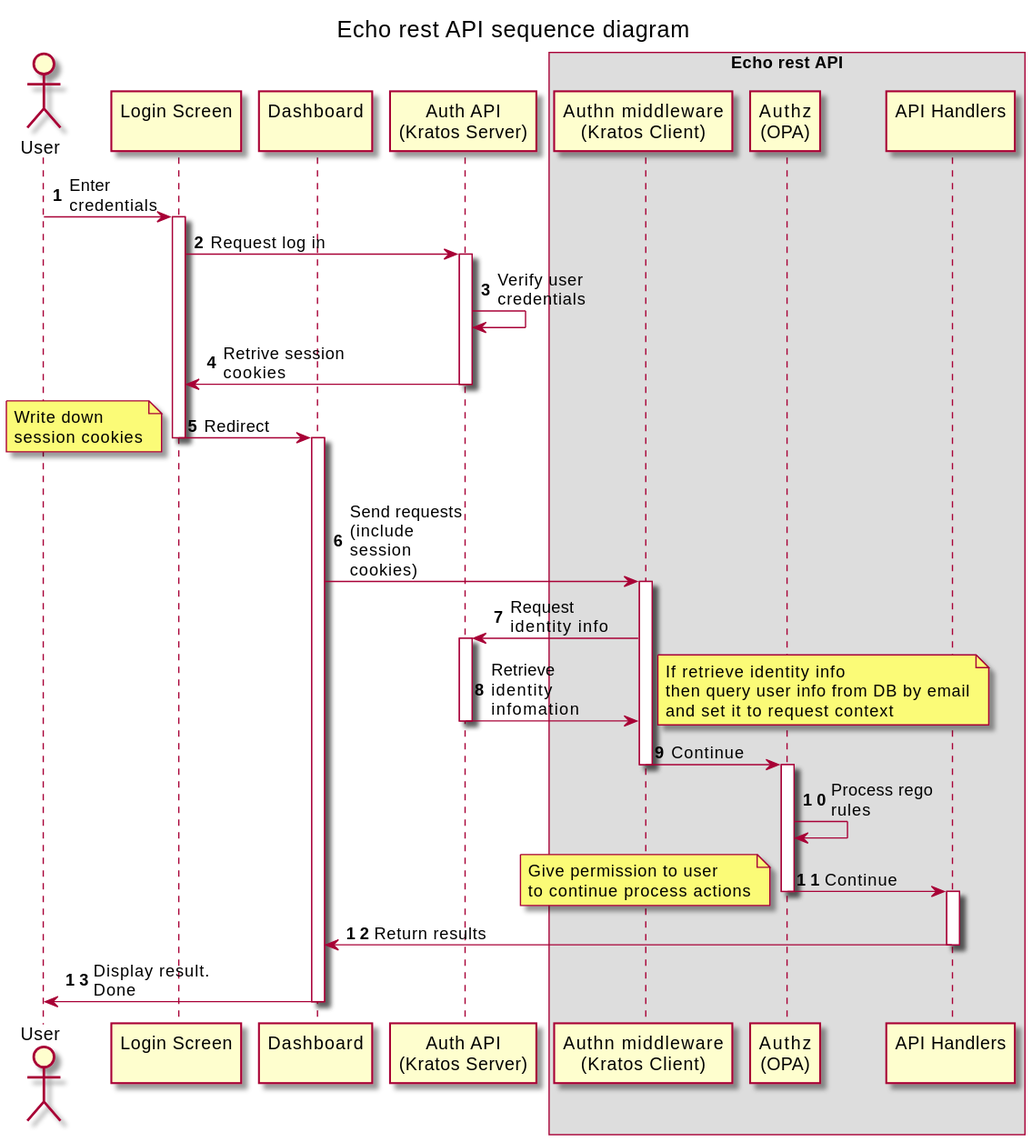
This is out/docs/diagrams/overview/request_flow.svg from dzungtran/echo-rest-api, a PlantUML export, as it was before one commit.
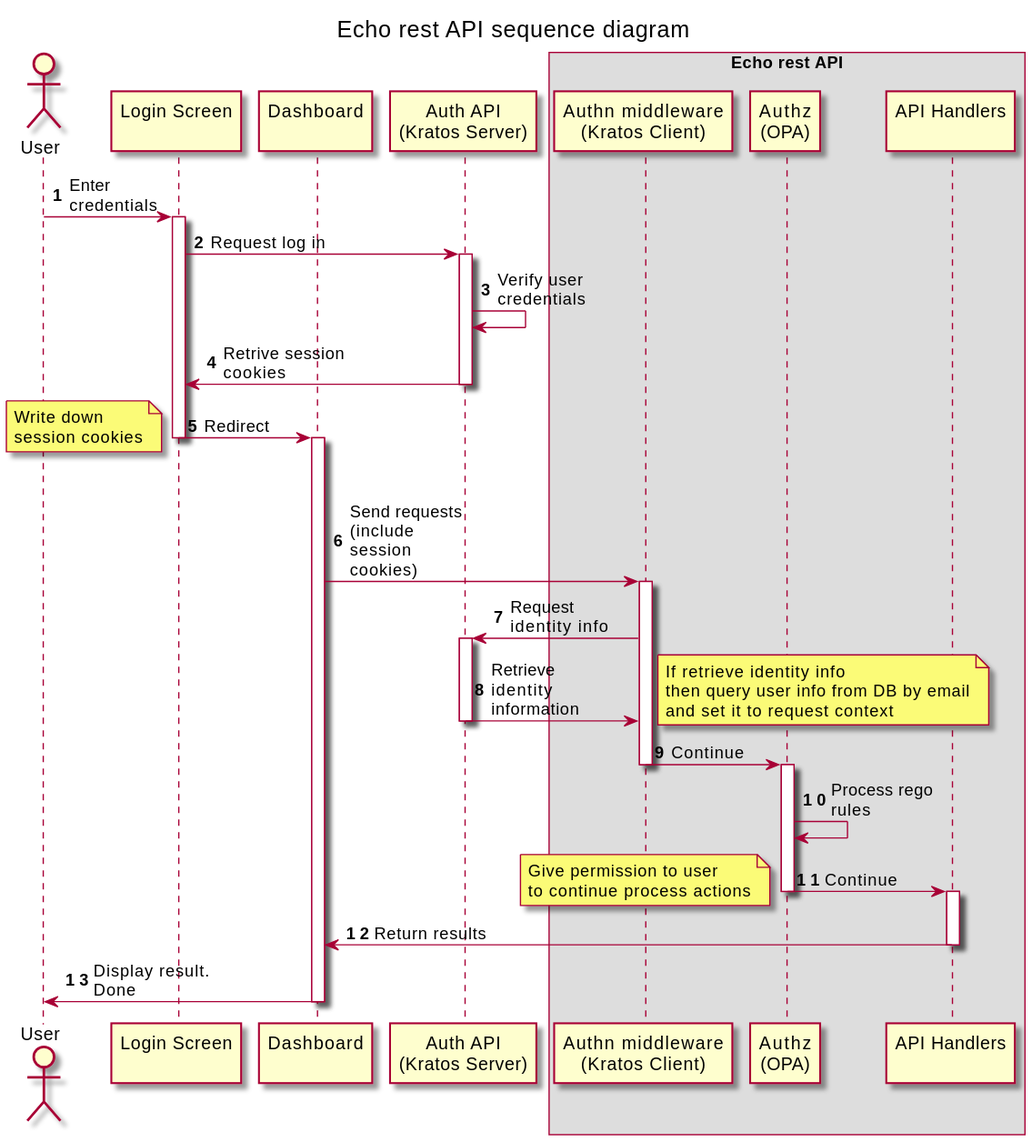
Later version of the same file.

Change to the diagram source:
```diff
@@ -32,7 +32,7 @@
 activate authn_midd
 authn_midd -> authn_api: Request identity info
 activate authn_api
-authn_api -> authn_midd: Retrieve identity infomation
+authn_api -> authn_midd: Retrieve identity information
 deactivate authn_api
 note right: If retrieve identity info \nthen query user info from DB by email\nand set it to request context
 authn_midd -> authz_opa: Continue
```
